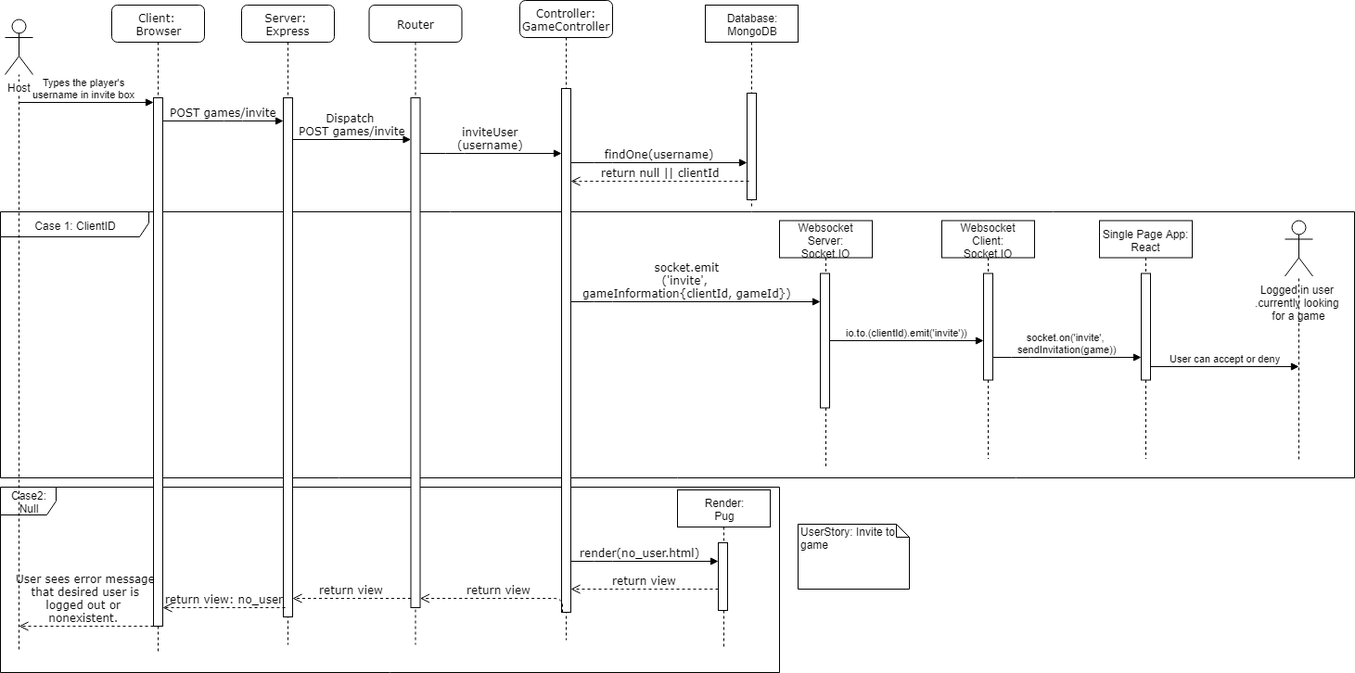
Earlier version of the draw.io export UML_Graphics/Sequence Diagram_ Invite to a game.png (O-clock-Pulsar/Pictionary-TeamPyjamasque). Source tidied: cells renumbered, new cells last; positions are measured from the earlier drawing's top-left corner, leaving out a move shared by most shapes.
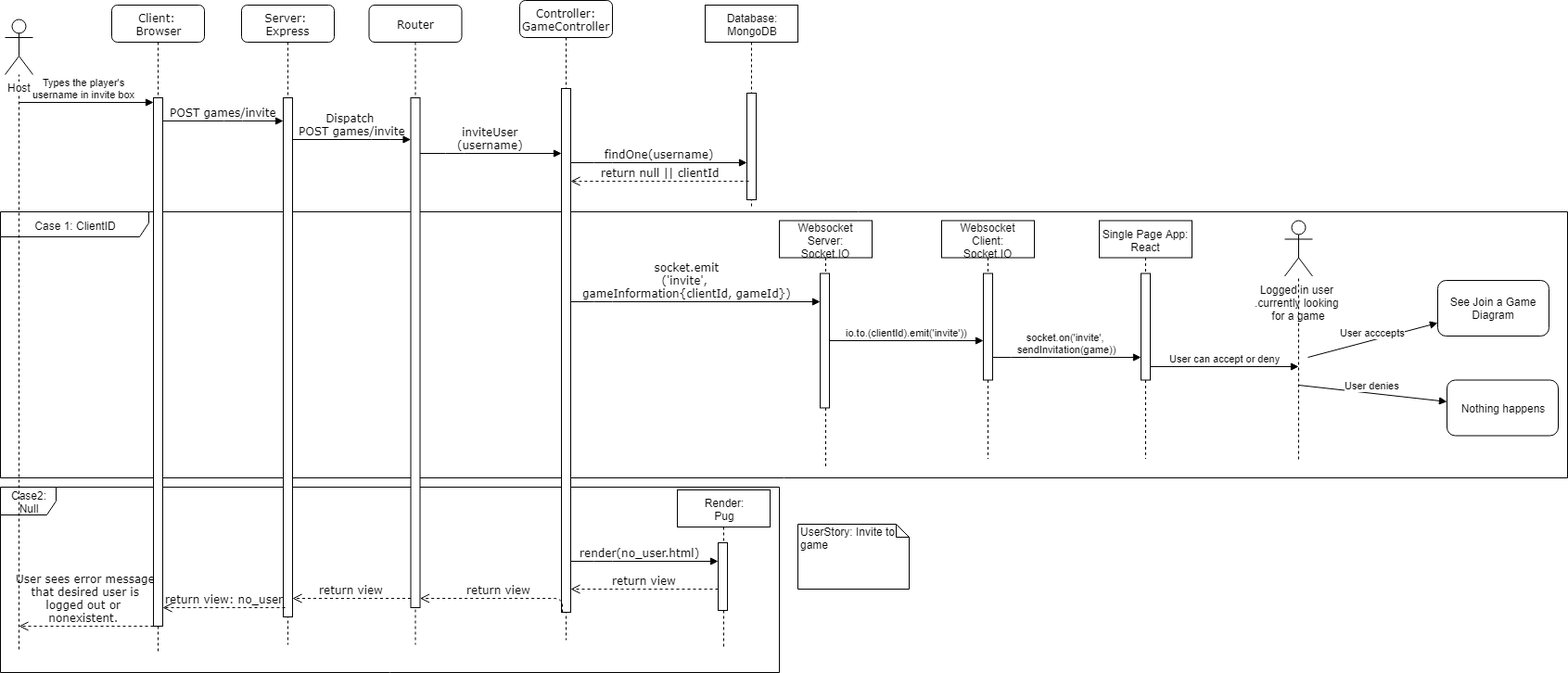
Later version of the same file.

Commit message:
Integration of information originally in accept or deny an invitation use case in the other diagrams

Diff of the diagram source:
```diff
@@ -6,7 +6,7 @@
       <mxGeometry y="525" width="840" height="200" as="geometry" />
     </mxCell>
     <mxCell id="3" value="Case 1: ClientID" style="shape=umlFrame;whiteSpace=wrap;html=1;width=160;height=27;" parent="1" vertex="1">
-      <mxGeometry y="228" width="1460" height="287" as="geometry" />
+      <mxGeometry y="228" width="1690" height="287" as="geometry" />
     </mxCell>
     <mxCell id="4" style="endArrow=none;dashed=1;html=1;" parent="1" edge="1" target="18">
       <mxGeometry relative="1" as="geometry">
@@ -189,5 +189,21 @@
         <mxPoint x="20" y="675" as="targetPoint" />
       </mxGeometry>
     </mxCell>
+    <mxCell id="43" value="Nothing happens" style="rounded=1;whiteSpace=wrap;html=1;" parent="1" vertex="1">
+      <mxGeometry x="1560" y="409.5" width="120" height="60" as="geometry" />
+    </mxCell>
+    <mxCell id="44" value="User denies" style="html=1;verticalAlign=bottom;endArrow=block;" parent="1" edge="1" target="43">
+      <mxGeometry relative="1" as="geometry">
+        <mxPoint x="1400" y="415" as="sourcePoint" />
+      </mxGeometry>
+    </mxCell>
+    <mxCell id="45" value="See Join a Game Diagram" style="rounded=1;whiteSpace=wrap;html=1;" parent="1" vertex="1">
+      <mxGeometry x="1550" y="302" width="120" height="60" as="geometry" />
+    </mxCell>
+    <mxCell id="46" value="User acccepts" style="html=1;verticalAlign=bottom;endArrow=block;" parent="1" edge="1" target="45">
+      <mxGeometry relative="1" as="geometry">
+        <mxPoint x="1410" y="385" as="sourcePoint" />
+      </mxGeometry>
+    </mxCell>
   </root>
 </mxGraphModel>
```
